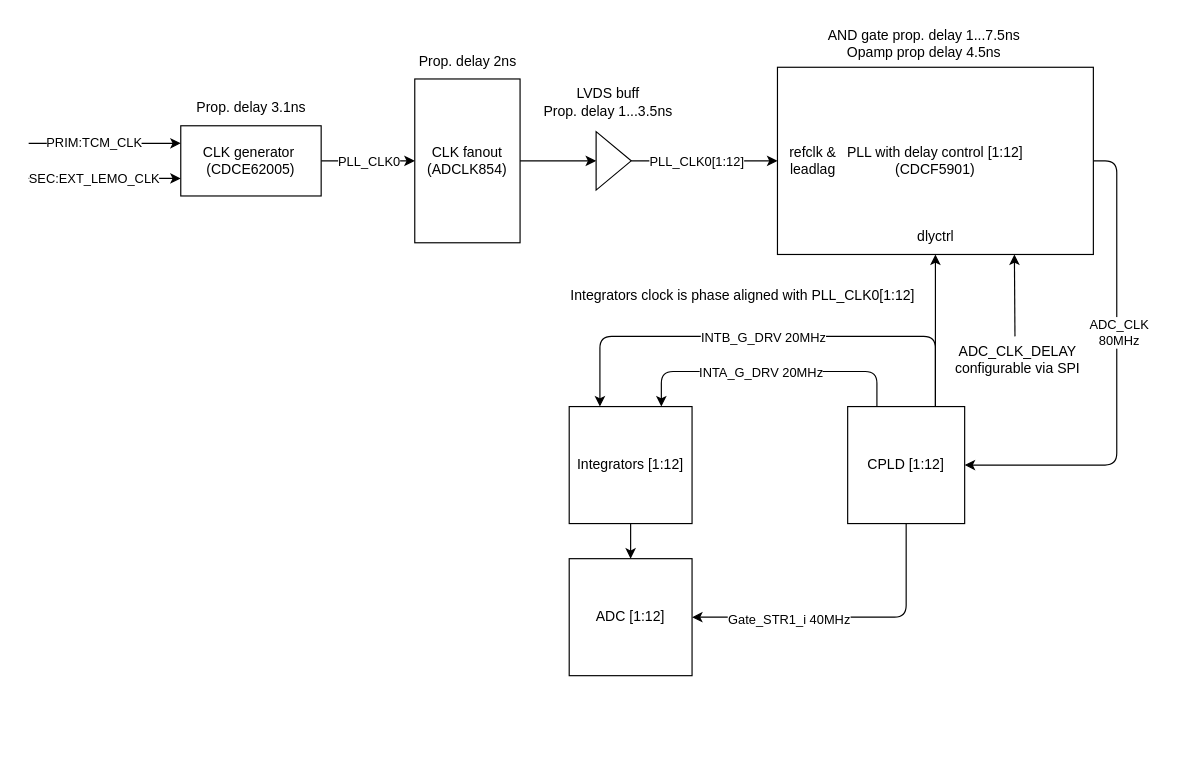
r-smalec/FIT_PM_GW_CPLD keeps this draw.io diagram as sch/fit_pm_clocks.drawio. Above is the earlier version. Source tidied: cells renumbered, new cells numbered last; positions are measured from the earlier drawing's top-left corner, leaving out a move shared by most shapes. Both pictures are drawn from the tidied source at 117%, with x=0, y=0 at pixel (28, 20).
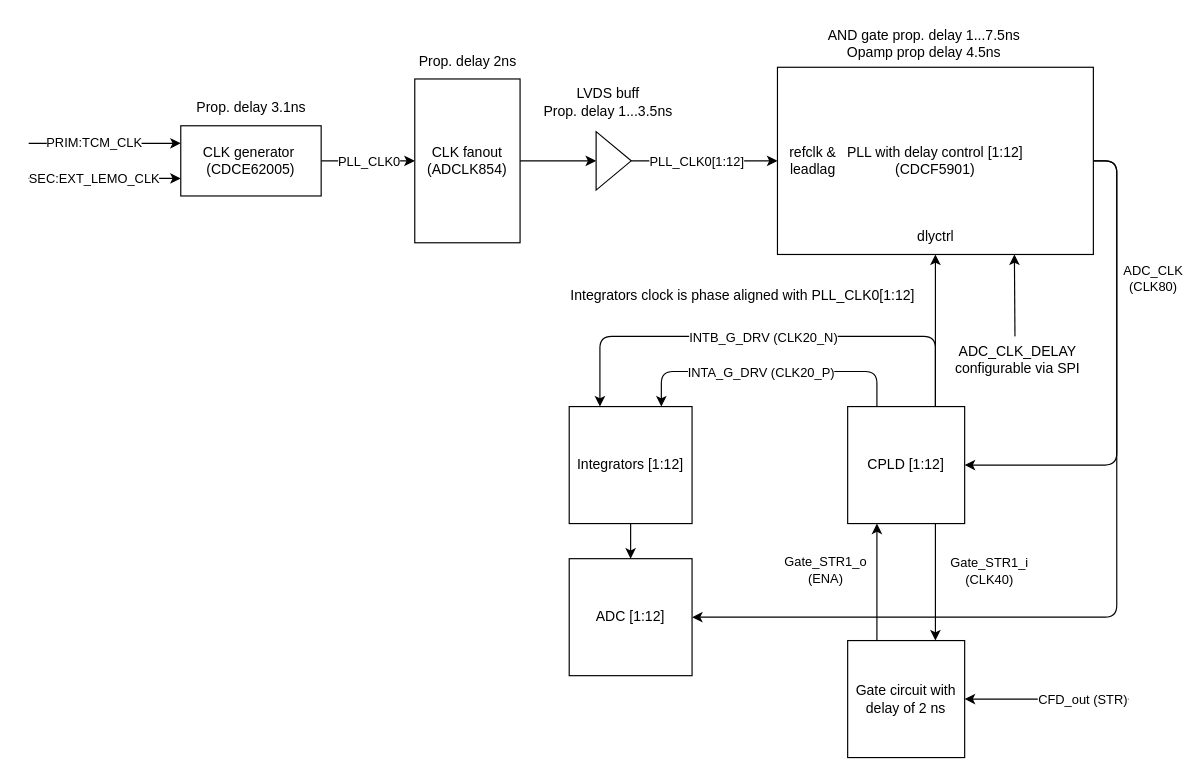
The same diagram, later.

Unchanged cells that the change refers to:
```xml
<mxCell id="3" style="edgeStyle=elbowEdgeStyle;html=1;exitX=0.25;exitY=0;exitDx=0;exitDy=0;entryX=0.75;entryY=0;entryDx=0;entryDy=0;elbow=vertical;" parent="1" edge="1" source="9" target="11">
  <mxGeometry relative="1" as="geometry">
    <Array as="points">
      <mxPoint x="680" y="300" />
    </Array>
  </mxGeometry>
</mxCell>
<mxCell id="5" style="edgeStyle=elbowEdgeStyle;elbow=vertical;html=1;exitX=0.75;exitY=0;exitDx=0;exitDy=0;entryX=0.25;entryY=0;entryDx=0;entryDy=0;" parent="1" edge="1" source="9" target="11">
  <mxGeometry relative="1" as="geometry">
    <Array as="points">
      <mxPoint x="686" y="270" />
    </Array>
  </mxGeometry>
</mxCell>
<mxCell id="9" value="CPLD [1:12]" style="whiteSpace=wrap;html=1;" parent="1" vertex="1">
  <mxGeometry x="700" y="330" width="100" height="100" as="geometry" />
</mxCell>
<mxCell id="12" style="edgeStyle=elbowEdgeStyle;elbow=vertical;html=1;entryX=1;entryY=0.5;entryDx=0;entryDy=0;" parent="1" edge="1" source="14" target="9">
  <mxGeometry relative="1" as="geometry">
    <Array as="points">
      <mxPoint x="930" y="230" />
    </Array>
  </mxGeometry>
</mxCell>
<mxCell id="14" value="PLL with delay control [1:12]&lt;br&gt;(CDCF5901)" style="whiteSpace=wrap;html=1;" parent="1" vertex="1">
  <mxGeometry x="640" y="40" width="270" height="160" as="geometry" />
</mxCell>
<mxCell id="33" value="ADC [1:12]" style="whiteSpace=wrap;html=1;" parent="1" vertex="1">
  <mxGeometry x="462" y="460" width="105" height="100" as="geometry" />
</mxCell>
```

Change to the diagram source:
```diff
@@
-    <mxCell id="4" value="INTA_G_DRV 20MHz" style="edgeLabel;html=1;align=center;verticalAlign=middle;" parent="3" vertex="1">
+    <mxCell id="4" value="INTA_G_DRV (CLK20_P)" style="edgeLabel;html=1;align=center;verticalAlign=middle;" parent="3" vertex="1">
       <mxGeometry x="0.2" y="1" relative="1" as="geometry">
         <mxPoint x="17" y="-1" as="offset" />
       </mxGeometry>
     </mxCell>
@@
-    <mxCell id="6" value="INTB_G_DRV 20MHz" style="edgeLabel;html=1;align=center;verticalAlign=middle;" parent="5" vertex="1">
+    <mxCell id="6" value="INTB_G_DRV (CLK20_N)" style="edgeLabel;html=1;align=center;verticalAlign=middle;" parent="5" vertex="1">
       <mxGeometry x="0.09" relative="1" as="geometry">
         <mxPoint x="14" as="offset" />
       </mxGeometry>
     </mxCell>
-    <mxCell id="7" style="edgeStyle=elbowEdgeStyle;elbow=vertical;html=1;entryX=1;entryY=0.5;entryDx=0;entryDy=0;" parent="1" edge="1" source="9" target="33">
-      <mxGeometry relative="1" as="geometry">
-        <Array as="points">
-          <mxPoint x="650" y="510" />
-        </Array>
-      </mxGeometry>
+    <mxCell id="7" style="elbow=vertical;html=1;entryX=0.75;entryY=0;entryDx=0;entryDy=0;exitX=0.75;exitY=1;exitDx=0;exitDy=0;" parent="1" edge="1" source="9" target="40">
+      <mxGeometry relative="1" as="geometry" />
     </mxCell>
-    <mxCell id="8" value="Gate_STR1_i 40MHz" style="edgeLabel;html=1;align=center;verticalAlign=middle;" parent="7" vertex="1">
-      <mxGeometry x="0.38" y="1" relative="1" as="geometry" />
+    <mxCell id="8" value="Gate_STR1_i&lt;br&gt;(CLK40)" style="edgeLabel;html=1;align=center;verticalAlign=middle;" parent="7" vertex="1">
+      <mxGeometry x="0.38" y="1" relative="1" as="geometry">
+        <mxPoint x="44" y="-29" as="offset" />
+      </mxGeometry>
     </mxCell>
@@
-    <mxCell id="13" value="ADC_CLK&lt;br&gt;80MHz" style="edgeLabel;html=1;align=center;verticalAlign=middle;" parent="12" vertex="1">
-      <mxGeometry x="-0.19" y="1" relative="1" as="geometry" />
+    <mxCell id="13" value="ADC_CLK&lt;br&gt;(CLK80)" style="edgeLabel;html=1;align=center;verticalAlign=middle;" parent="12" vertex="1">
+      <mxGeometry x="-0.19" y="1" relative="1" as="geometry">
+        <mxPoint x="29" y="-46" as="offset" />
+      </mxGeometry>
     </mxCell>
+    <mxCell id="37" style="edgeStyle=elbowEdgeStyle;html=1;entryX=1;entryY=0.5;entryDx=0;entryDy=0;elbow=vertical;" parent="1" edge="1" source="14" target="33">
+      <mxGeometry relative="1" as="geometry">
+        <Array as="points">
+          <mxPoint x="930" y="490" />
+          <mxPoint x="740" y="510" />
+          <mxPoint x="790" y="530" />
+          <mxPoint x="930" y="390" />
+          <mxPoint x="670" y="510" />
+        </Array>
+      </mxGeometry>
+    </mxCell>
@@
+    <mxCell id="38" style="edgeStyle=none;html=1;entryX=0.25;entryY=1;entryDx=0;entryDy=0;elbow=vertical;exitX=0.25;exitY=0;exitDx=0;exitDy=0;" parent="1" edge="1" source="40" target="9">
+      <mxGeometry relative="1" as="geometry" />
+    </mxCell>
+    <mxCell id="39" value="Gate_STR1_o&lt;br&gt;(ENA)" style="edgeLabel;html=1;align=center;verticalAlign=middle;" parent="38" vertex="1">
+      <mxGeometry x="-0.23" relative="1" as="geometry">
+        <mxPoint x="-45" y="-22" as="offset" />
+      </mxGeometry>
+    </mxCell>
+    <mxCell id="40" value="Gate circuit with delay of 2 ns" style="whiteSpace=wrap;html=1;" parent="1" vertex="1">
+      <mxGeometry x="700" y="530" width="100" height="100" as="geometry" />
+    </mxCell>
+    <mxCell id="41" style="endArrow=classic;html=1;elbow=vertical;entryX=1;entryY=0.5;entryDx=0;entryDy=0;" parent="1" edge="1" target="40">
+      <mxGeometry relative="1" as="geometry">
+        <mxPoint x="940" y="580" as="sourcePoint" />
+      </mxGeometry>
+    </mxCell>
+    <mxCell id="42" value="CFD_out (STR)" style="edgeLabel;html=1;align=center;verticalAlign=middle;" parent="41" vertex="1">
+      <mxGeometry x="0.2" relative="1" as="geometry">
+        <mxPoint x="44" as="offset" />
+      </mxGeometry>
+    </mxCell>
```
